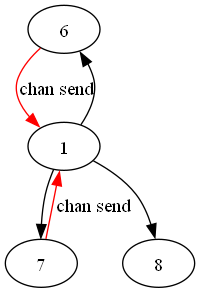
The Graphviz diagram goroutines.png in eiei114/EnablementInternship0622, before a commit. Its source is kept beside it as goroutines.dot.
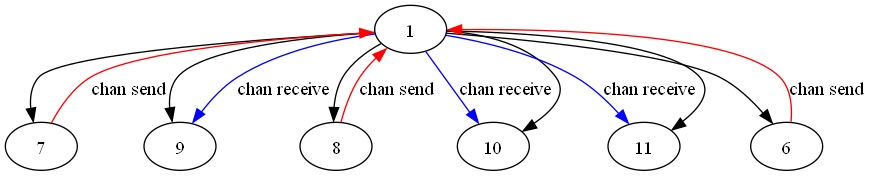
The same file after the commit.

Change to the diagram source:
```diff
@@ -1,7 +1,14 @@
 digraph G {
+"1" -> "11";
+"1" -> "6";
+"1" -> "8";
+"1" -> "9" [label = "chan receive" color = blue];
+"1" -> "10" [label = "chan receive" color = blue];
+"1" -> "10";
+"8" -> "1" [label = "chan send" color = red];
 "6" -> "1" [label = "chan send" color = red];
-"1" -> "6";
 "7" -> "1" [label = "chan send" color = red];
 "1" -> "7";
-"1" -> "8";
+"1" -> "9";
+"1" -> "11" [label = "chan receive" color = blue];
 }
```
